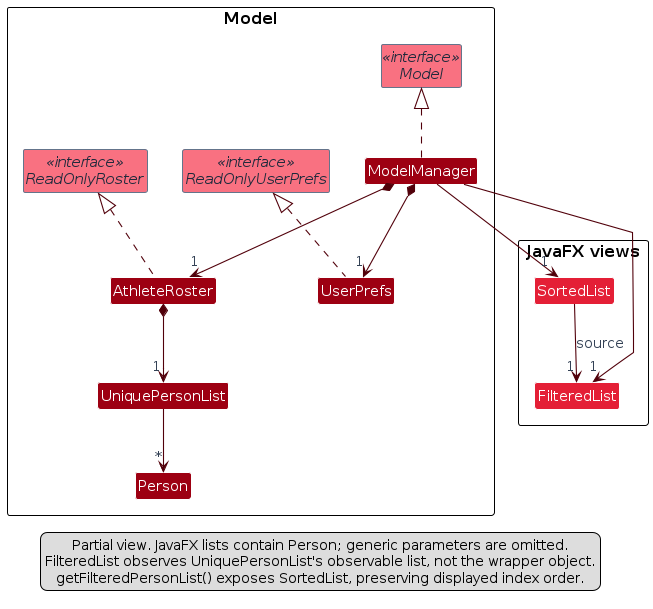
AY2627S1-CS2103T-T17-2/tp keeps this PlantUML diagram as diagrams/ModelClassDiagram.png. Above is the earlier version. Its source is kept beside it as diagrams/ModelClassDiagram.puml.
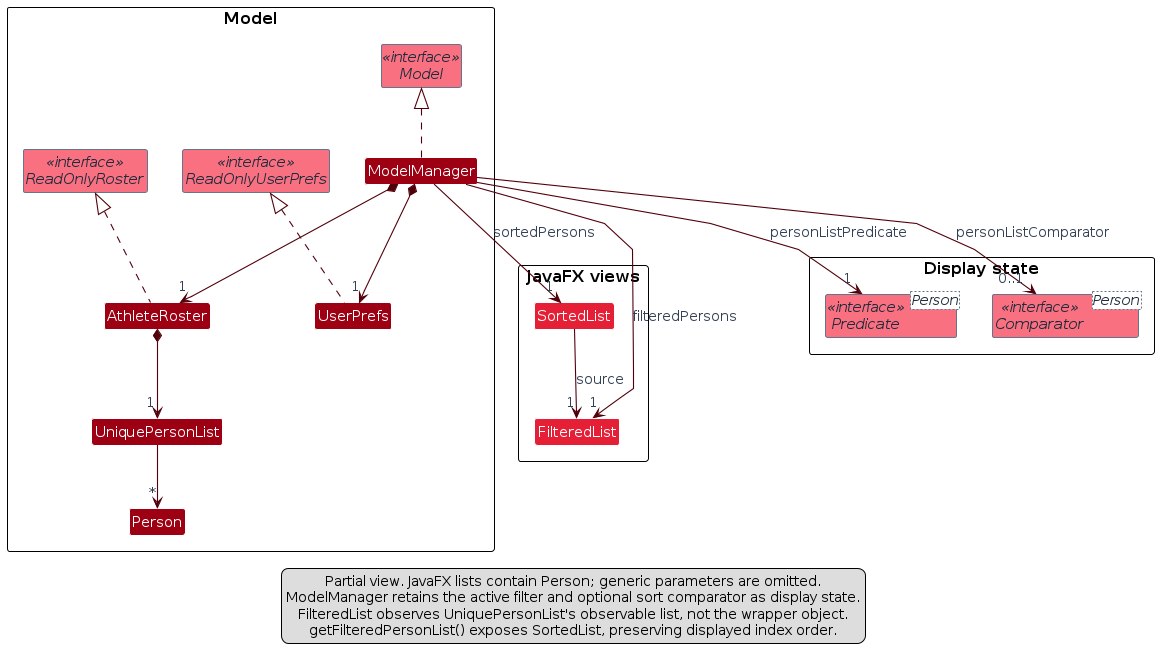
The same file after the commit.

Change to the diagram source:
```diff
@@ -18,6 +18,10 @@
     class FilteredList MODEL_COLOR_T2
     class SortedList MODEL_COLOR_T2
 }
+package "Display state" {
+    interface "Predicate<Person>" as PersonPredicate <<interface>> MODEL_COLOR_T1
+    interface "Comparator<Person>" as PersonComparator <<interface>> MODEL_COLOR_T1
+}
 ModelManager .up.|> Model
 AthleteRoster .up.|> ReadOnlyRoster
 UserPrefs .up.|> ReadOnlyUserPrefs
@@ -25,11 +29,14 @@
 ModelManager *--> "1" UserPrefs
 AthleteRoster *--> "1" UniquePersonList
 UniquePersonList --> "*" Person
-ModelManager --> "1" FilteredList
-ModelManager --> "1" SortedList
+ModelManager --> "1" FilteredList : filteredPersons
+ModelManager --> "1" SortedList : sortedPersons
+ModelManager --> "1" PersonPredicate : personListPredicate
+ModelManager --> "0..1" PersonComparator : personListComparator
 SortedList --> "1" FilteredList : source
 legend bottom
   Partial view. JavaFX lists contain Person; generic parameters are omitted.
+  ModelManager retains the active filter and optional sort comparator as display state.
   FilteredList observes UniquePersonList's observable list, not the wrapper object.
   getFilteredPersonList() exposes SortedList, preserving displayed index order.
 endlegend
```
